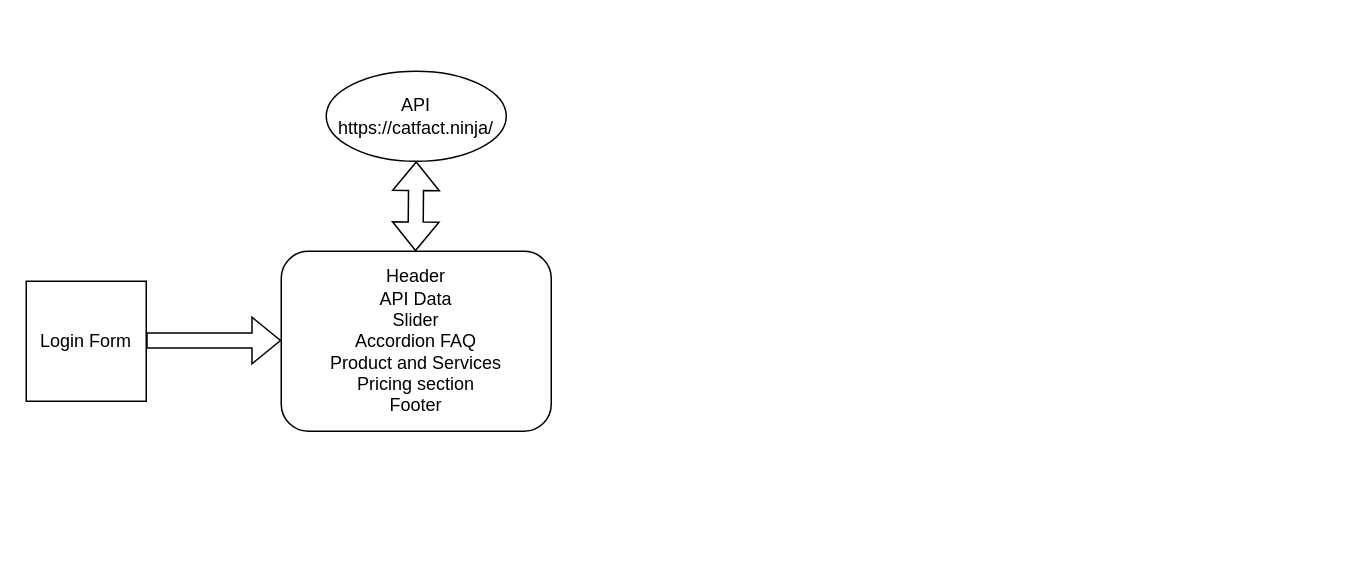
Earlier version of the draw.io diagram Untitled Diagram.drawio (subham22choudhary/Single-Page-Javascript-Concepts). Source tidied: cells renumbered, new cells numbered last; positions are measured from the earlier drawing's top-left corner, leaving out a move shared by most shapes. Both pictures are drawn from the tidied source at 150%, with x=0, y=0 at pixel (26, 70).
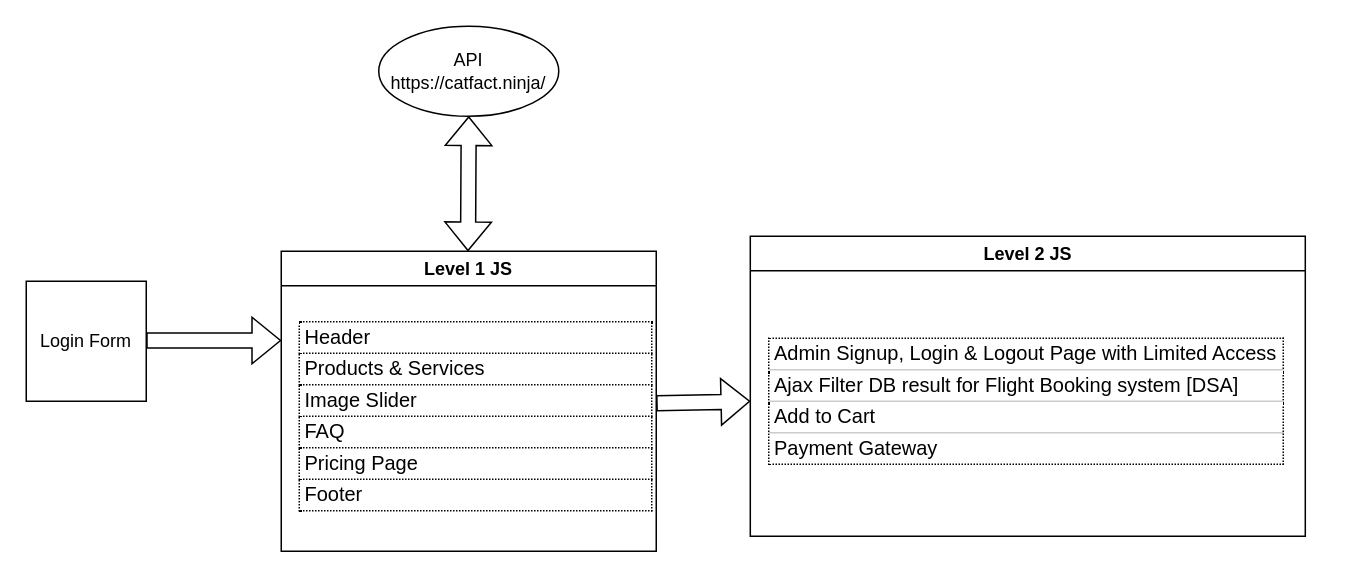
After the change.

The edit, as a diff of the source:
```diff
@@
 <mxGraphModel>
   <root>
     <mxCell id="0" />
     <mxCell id="1" parent="0" />
     <mxCell id="2" value="Login Form" style="whiteSpace=wrap;html=1;" parent="1" vertex="1">
       <mxGeometry y="140" width="80" height="80" as="geometry" />
     </mxCell>
     <mxCell id="3" style="shape=flexArrow;endArrow=classic;html=1;rounded=0;" parent="1" edge="1">
       <mxGeometry relative="1" as="geometry">
         <mxPoint x="80" y="179.5" as="sourcePoint" />
         <mxPoint x="170" y="179.5" as="targetPoint" />
       </mxGeometry>
     </mxCell>
-    <mxCell id="4" value="Header&lt;div&gt;API Data&lt;/div&gt;&lt;div&gt;Slider&lt;/div&gt;&lt;div&gt;Accordion FAQ&lt;/div&gt;&lt;div&gt;Product and Services&lt;/div&gt;&lt;div&gt;Pricing section&lt;/div&gt;&lt;div&gt;Footer&lt;/div&gt;" style="rounded=1;whiteSpace=wrap;html=1;" parent="1" vertex="1">
-      <mxGeometry x="170" y="120" width="180" height="120" as="geometry" />
-    </mxCell>
-    <mxCell id="5" style="shape=flexArrow;endArrow=classic;startArrow=classic;html=1;rounded=0;" parent="1" edge="1">
+    <mxCell id="5" style="shape=flexArrow;endArrow=classic;startArrow=classic;html=1;rounded=0;entryX=0.5;entryY=1;entryDx=0;entryDy=0;" parent="1" edge="1" target="6">
       <mxGeometry relative="1" as="geometry">
-        <mxPoint x="259.5" y="120" as="sourcePoint" />
-        <mxPoint x="260" y="60" as="targetPoint" />
+        <mxPoint x="294.5" y="120" as="sourcePoint" />
       </mxGeometry>
     </mxCell>
     <mxCell id="6" value="API&lt;br&gt;https://catfact.ninja/" style="ellipse;whiteSpace=wrap;html=1;" parent="1" vertex="1">
-      <mxGeometry x="200" width="120" height="60" as="geometry" />
+      <mxGeometry x="235" y="-30" width="120" height="60" as="geometry" />
     </mxCell>
+    <mxCell id="7" value="Level 2 JS" style="swimlane;whiteSpace=wrap;html=1;" parent="1" vertex="1">
+      <mxGeometry x="482.7" y="110" width="370" height="200" as="geometry" />
+    </mxCell>
+    <mxCell id="8" value="&lt;table style=&quot;table-layout: fixed; font-size: 10pt; font-family: Arial; width: 0px; border-collapse: collapse; border: none;&quot; border=&quot;1&quot; dir=&quot;ltr&quot; cellpadding=&quot;0&quot; cellspacing=&quot;0&quot; xmlns=&quot;http://www.w3.org/1999/xhtml&quot;&gt;&lt;colgroup&gt;&lt;col width=&quot;343&quot;&gt;&lt;/colgroup&gt;&lt;tbody&gt;&lt;tr style=&quot;height: 21px;&quot;&gt;&lt;td style=&quot;border: 1px dotted rgb(0, 0, 0); overflow: hidden; padding: 2px 3px; vertical-align: bottom;&quot;&gt;Admin Signup, Login &amp;amp; Logout Page with Limited Access&lt;/td&gt;&lt;/tr&gt;&lt;tr style=&quot;height: 21px;&quot;&gt;&lt;td style=&quot;border-width: 1px; border-style: solid dotted dotted; border-color: rgb(204, 204, 204) rgb(0, 0, 0) rgb(0, 0, 0); border-image: initial; overflow: hidden; padding: 2px 3px; vertical-align: bottom;&quot;&gt;Ajax Filter DB result for Flight Booking system [DSA]&lt;/td&gt;&lt;/tr&gt;&lt;tr style=&quot;height: 21px;&quot;&gt;&lt;td style=&quot;border-width: 1px; border-style: solid dotted dotted; border-color: rgb(204, 204, 204) rgb(0, 0, 0) rgb(0, 0, 0); border-image: initial; overflow: hidden; padding: 2px 3px; vertical-align: bottom;&quot;&gt;Add to Cart&lt;/td&gt;&lt;/tr&gt;&lt;tr style=&quot;height: 21px;&quot;&gt;&lt;td style=&quot;border-width: 1px; border-style: solid dotted dotted; border-color: rgb(204, 204, 204) rgb(0, 0, 0) rgb(0, 0, 0); border-image: initial; overflow: hidden; padding: 2px 3px; vertical-align: bottom;&quot;&gt;Payment Gateway&lt;/td&gt;&lt;/tr&gt;&lt;/tbody&gt;&lt;/table&gt;" style="text;html=1;align=left;verticalAlign=middle;strokeColor=none;fillColor=none;" parent="7" vertex="1">
+      <mxGeometry x="10" y="60" width="370" height="100" as="geometry" />
+    </mxCell>
+    <mxCell id="9" style="shape=flexArrow;endArrow=classic;html=1;rounded=0;exitX=0.985;exitY=0.428;exitDx=0;exitDy=0;exitPerimeter=0;" parent="1" edge="1">
+      <mxGeometry relative="1" as="geometry">
+        <mxPoint x="420" y="221.4" as="sourcePoint" />
+        <mxPoint x="482.7" y="220" as="targetPoint" />
+      </mxGeometry>
+    </mxCell>
+    <mxCell id="10" value="Level 1 JS" style="swimlane;whiteSpace=wrap;html=1;startSize=23;" parent="1" vertex="1">
+      <mxGeometry x="170" y="120" width="250" height="200" as="geometry" />
+    </mxCell>
+    <mxCell id="11" value="&lt;table xmlns=&quot;http://www.w3.org/1999/xhtml&quot; cellspacing=&quot;0&quot; cellpadding=&quot;0&quot; dir=&quot;ltr&quot; border=&quot;1&quot; style=&quot;table-layout:fixed;font-size:10pt;font-family:Arial;width:0px;border-collapse:collapse;border:none&quot;&gt;&lt;colgroup&gt;&lt;col width=&quot;235&quot;&gt;&lt;/colgroup&gt;&lt;tbody&gt;&lt;tr style=&quot;height:21px;&quot;&gt;&lt;td style=&quot;border-top:1px dotted #000000;border-right:1px dotted #000000;border-bottom:1px dotted #000000;border-left:1px dotted #000000;overflow:hidden;padding:2px 3px 2px 3px;vertical-align:bottom;&quot;&gt;Header&lt;/td&gt;&lt;/tr&gt;&lt;tr style=&quot;height:21px;&quot;&gt;&lt;td style=&quot;border-right:1px dotted #000000;border-bottom:1px dotted #000000;border-left:1px dotted #000000;overflow:hidden;padding:2px 3px 2px 3px;vertical-align:bottom;&quot;&gt;Products &amp;amp; Services&lt;/td&gt;&lt;/tr&gt;&lt;tr style=&quot;height:21px;&quot;&gt;&lt;td style=&quot;border-right:1px dotted #000000;border-bottom:1px dotted #000000;border-left:1px dotted #000000;overflow:hidden;padding:2px 3px 2px 3px;vertical-align:bottom;&quot;&gt;Image Slider&lt;/td&gt;&lt;/tr&gt;&lt;tr style=&quot;height:21px;&quot;&gt;&lt;td style=&quot;border-right:1px dotted #000000;border-bottom:1px dotted #000000;border-left:1px dotted #000000;overflow:hidden;padding:2px 3px 2px 3px;vertical-align:bottom;&quot;&gt;FAQ&lt;/td&gt;&lt;/tr&gt;&lt;tr style=&quot;height:21px;&quot;&gt;&lt;td style=&quot;border-right:1px dotted #000000;border-bottom:1px dotted #000000;border-left:1px dotted #000000;overflow:hidden;padding:2px 3px 2px 3px;vertical-align:bottom;&quot;&gt;Pricing Page&lt;/td&gt;&lt;/tr&gt;&lt;tr style=&quot;height:21px;&quot;&gt;&lt;td style=&quot;border-right:1px dotted #000000;border-bottom:1px dotted #000000;border-left:1px dotted #000000;overflow:hidden;padding:2px 3px 2px 3px;vertical-align:bottom;&quot;&gt;Footer&lt;/td&gt;&lt;/tr&gt;&lt;/tbody&gt;&lt;/table&gt;" style="text;whiteSpace=wrap;html=1;" parent="10" vertex="1">
+      <mxGeometry x="10" y="40" width="240" height="150" as="geometry" />
+    </mxCell>
   </root>
 </mxGraphModel>
```
